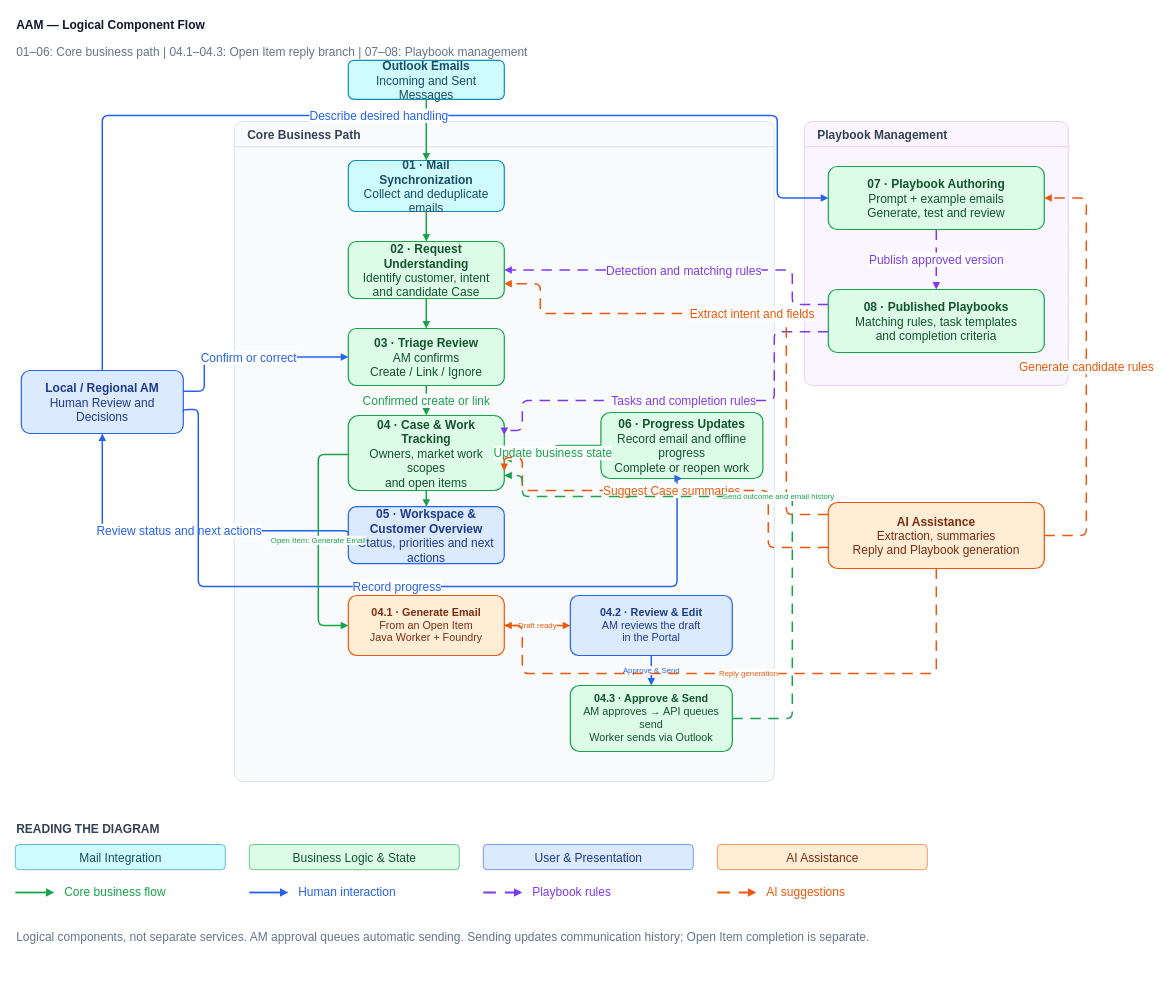
Earlier version of the draw.io diagram page "Logical Component Flow" (1 of 2) of docs/architecture/diagrams/aam-logical-component-flow.drawio (realAaronWu/aam). Source tidied: cells renumbered, new cells numbered last; positions are measured from the earlier drawing's top-left corner, leaving out a move shared by most shapes. Both pictures are drawn from the tidied source at 60%, with x=0, y=0 at pixel (15, 10).
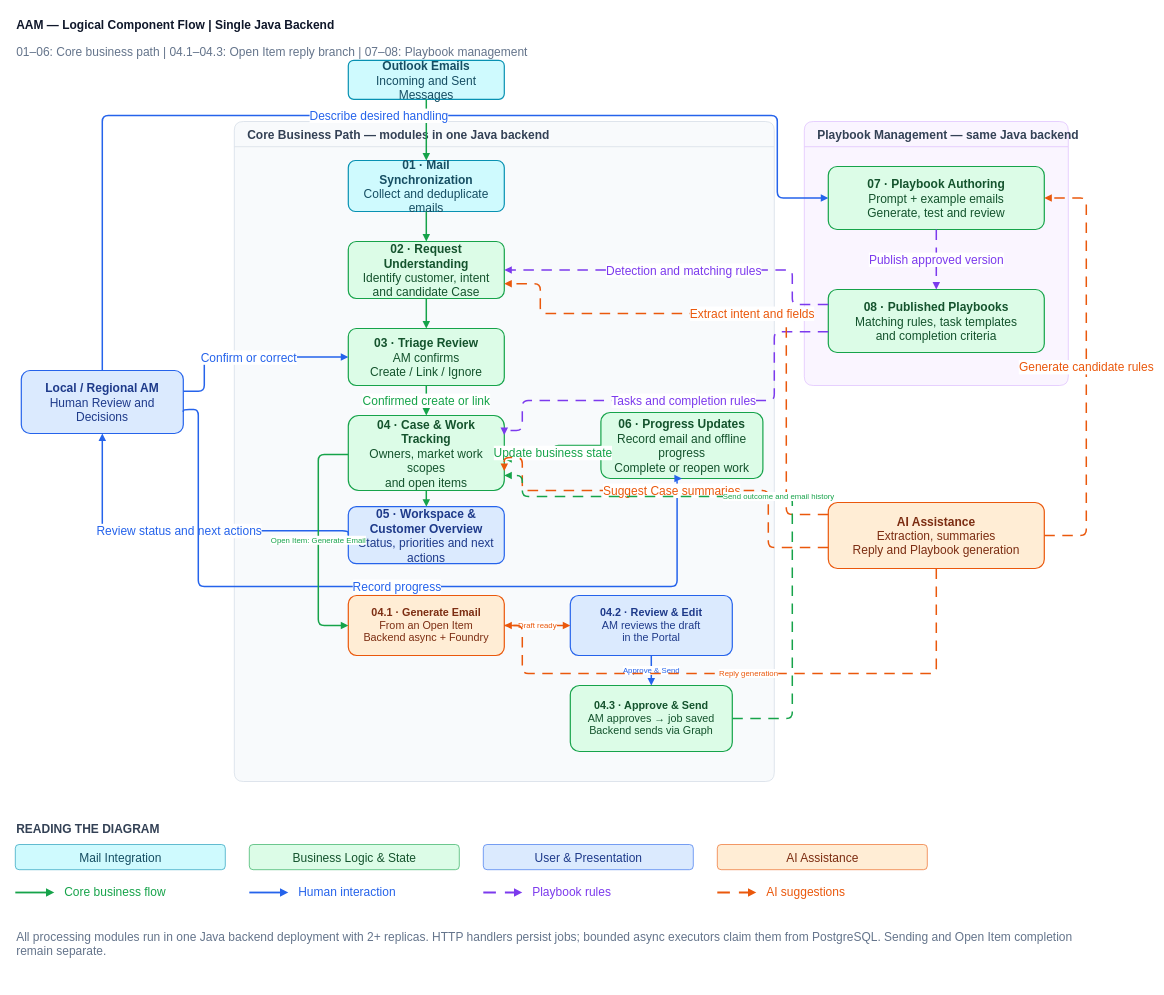
The same diagram, later.

Commit message (it also covers changes not shown here):
docs: unify Java backend diagrams and revise FSD SIT UAT schedule

Change to the diagram source:
```diff
@@
-    <mxCell id="2" value="AAM — Logical Component Flow" style="text;html=1;align=left;verticalAlign=middle;fontSize=20;fontStyle=1;fontColor=#0F172A;fontFamily=Arial;" parent="1" vertex="1">
+    <mxCell id="2" value="AAM — Logical Component Flow | Single Java Backend" style="text;html=1;align=left;verticalAlign=middle;fontSize=20;fontStyle=1;fontColor=#0F172A;fontFamily=Arial;" parent="1" vertex="1">
       <mxGeometry width="1500" height="45" as="geometry" />
     </mxCell>
@@
-    <mxCell id="4" value="Core Business Path" style="swimlane;html=1;startSize=42;horizontal=1;rounded=1;arcSize=12;fillColor=#F8FAFC;swimlaneFillColor=#F8FAFC;strokeColor=#CBD5E1;fontColor=#334155;fontStyle=1;fontSize=20;align=left;spacingLeft=20;" parent="1" vertex="1">
+    <mxCell id="4" value="Core Business Path — modules in one Java backend" style="swimlane;html=1;startSize=42;horizontal=1;rounded=1;arcSize=12;fillColor=#F8FAFC;swimlaneFillColor=#F8FAFC;strokeColor=#CBD5E1;fontColor=#334155;fontStyle=1;fontSize=20;align=left;spacingLeft=20;" parent="1" vertex="1">
       <mxGeometry x="365" y="185" width="900" height="1100" as="geometry" />
     </mxCell>
@@
-    <mxCell id="11" value="Playbook Management" style="swimlane;html=1;startSize=42;horizontal=1;rounded=1;arcSize=12;fillColor=#FAF5FF;swimlaneFillColor=#FAF5FF;strokeColor=#D8B4FE;fontColor=#334155;fontStyle=1;fontSize=20;align=left;spacingLeft=20;" parent="1" vertex="1">
+    <mxCell id="11" value="Playbook Management — same Java backend" style="swimlane;html=1;startSize=42;horizontal=1;rounded=1;arcSize=12;fillColor=#FAF5FF;swimlaneFillColor=#FAF5FF;strokeColor=#D8B4FE;fontColor=#334155;fontStyle=1;fontSize=20;align=left;spacingLeft=20;" parent="1" vertex="1">
       <mxGeometry x="1315" y="185" width="440" height="440" as="geometry" />
     </mxCell>
@@
-    <mxCell id="46" value="Logical components, not separate services. AM approval queues automatic sending. Sending updates communication history; Open Item completion is separate." style="text;html=1;align=left;fontSize=20;fontColor=#64748B;fontFamily=Arial;" parent="1" vertex="1">
-      <mxGeometry y="1525" width="1770" height="35" as="geometry" />
+    <mxCell id="46" value="All processing modules run in one Java backend deployment with 2+ replicas. HTTP handlers persist jobs; bounded async executors claim them from PostgreSQL. Sending and Open Item completion remain separate." style="text;html=1;align=left;fontSize=20;fontColor=#64748B;fontFamily=Arial;whiteSpace=wrap;whiteSpace=wrap;" parent="1" vertex="1">
+      <mxGeometry y="1525" width="1780" height="100" as="geometry" />
     </mxCell>
-    <mxCell id="47" value="&lt;b&gt;04.1 · Generate Email&lt;/b&gt;&lt;br&gt;&lt;font&gt;From an Open Item&lt;br&gt;Java Worker + Foundry&lt;/font&gt;" style="rounded=1;whiteSpace=wrap;html=1;arcSize=14;fillColor=#FFEDD5;strokeColor=#EA580C;fontColor=#7C2D12;strokeWidth=2;fontSize=18;fontFamily=Arial;align=center;verticalAlign=middle;spacing=12;" parent="4" vertex="1">
+    <mxCell id="47" value="&lt;b&gt;04.1 · Generate Email&lt;/b&gt;&lt;br&gt;&lt;font&gt;From an Open Item&lt;br&gt;Backend async + Foundry&lt;/font&gt;" style="rounded=1;whiteSpace=wrap;html=1;arcSize=14;fillColor=#FFEDD5;strokeColor=#EA580C;fontColor=#7C2D12;strokeWidth=2;fontSize=18;fontFamily=Arial;align=center;verticalAlign=middle;spacing=12;" parent="4" vertex="1">
       <mxGeometry x="190" y="790" width="260" height="100" as="geometry" />
     </mxCell>
@@
-    <mxCell id="49" value="&lt;b&gt;04.3 · Approve &amp;amp; Send&lt;/b&gt;&lt;br&gt;&lt;font&gt;AM approves → API queues send&lt;br&gt;Worker sends via Outlook&lt;/font&gt;" style="rounded=1;whiteSpace=wrap;html=1;arcSize=14;fillColor=#DCFCE7;strokeColor=#16A34A;fontColor=#14532D;strokeWidth=2;fontSize=18;fontFamily=Arial;align=center;verticalAlign=middle;spacing=12;" parent="4" vertex="1">
+    <mxCell id="49" value="&lt;b&gt;04.3 · Approve &amp;amp; Send&lt;/b&gt;&lt;br&gt;&lt;font&gt;AM approves → job saved&lt;br&gt;Backend sends via Graph&lt;/font&gt;" style="rounded=1;whiteSpace=wrap;html=1;arcSize=14;fillColor=#DCFCE7;strokeColor=#16A34A;fontColor=#14532D;strokeWidth=2;fontSize=18;fontFamily=Arial;align=center;verticalAlign=middle;spacing=12;" parent="4" vertex="1">
       <mxGeometry x="560" y="940" width="270" height="110" as="geometry" />
     </mxCell>
```
